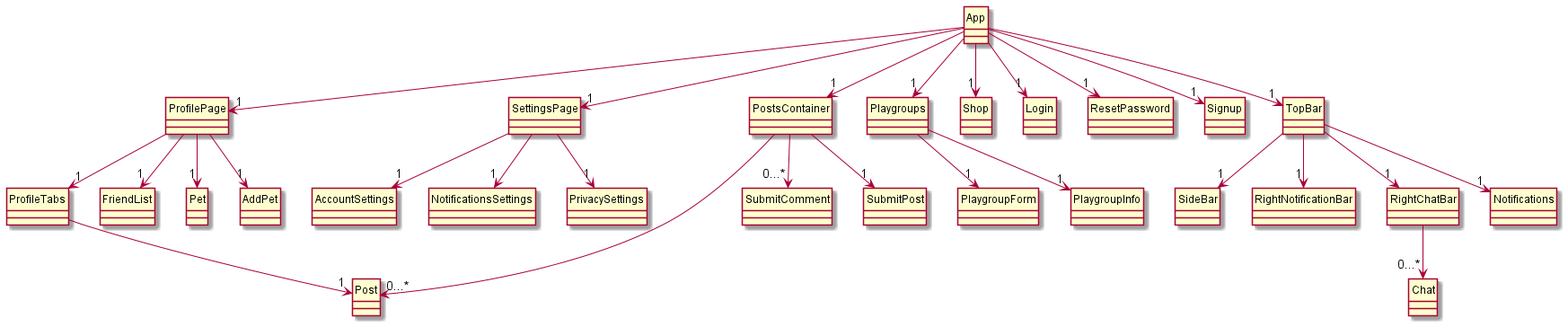
Above: docs/uml/ReactComponents.png in bryanwhl/pet-social (PlantUML), before the change.
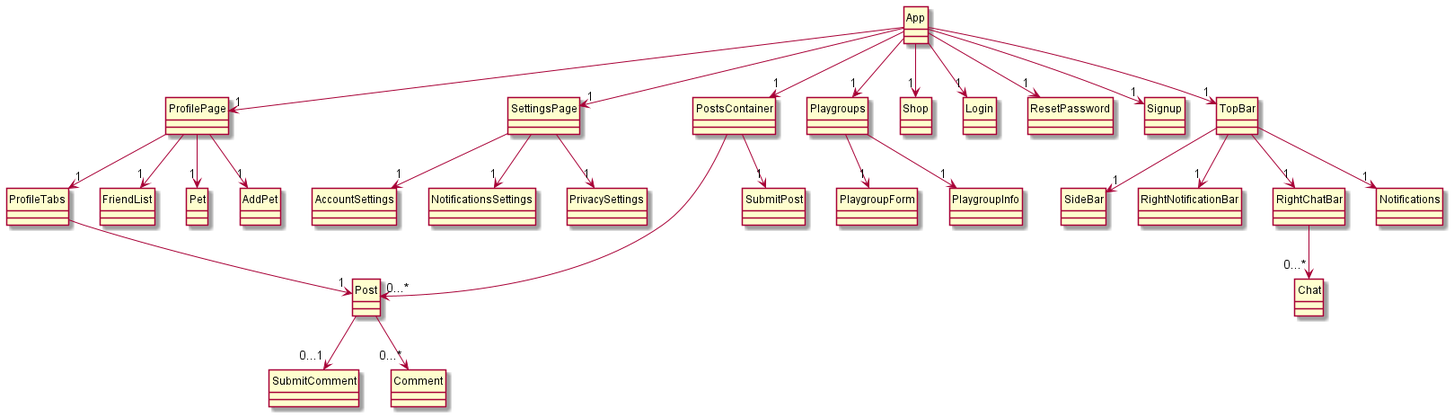
After the commit.

What changed in the source:
```diff
@@ -50,7 +50,8 @@
 SettingsPage --> "1" PrivacySettings
 PostsContainer --> "1" SubmitPost
 PostsContainer --> "0...*" Post
-PostsContainer --> "0...*" SubmitComment
+Post --> "0...*" Comment
+Post --> "0...1" SubmitComment
 TopBar --> "1" SideBar
 TopBar --> "1" RightNotificationBar
 TopBar --> "1" RightChatBar
```
